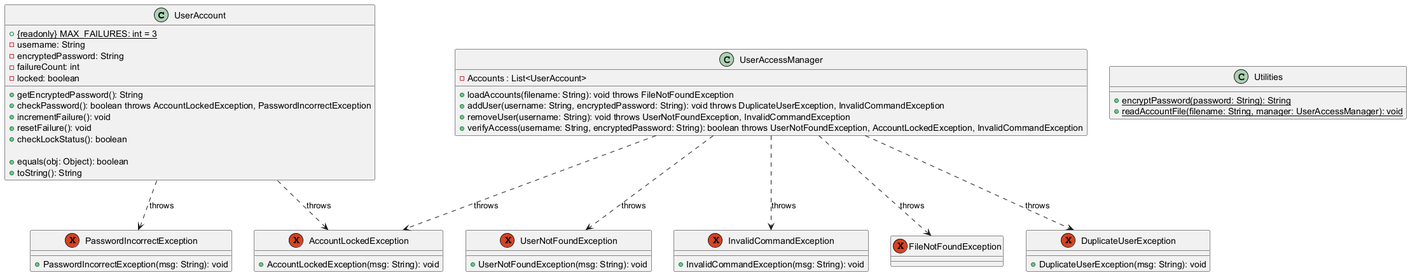
Above: Project1/Project1UML.png in SaulWorking/CMSC204 (PlantUML), before the change. Its diagram source:
```plantuml
@startuml

class UserAccount{
+ {readonly} {static} MAX_FAILURES: int = 3
- username: String
- encryptedPassword: String
- failureCount: int
- locked: boolean

+ getEncryptedPassword(): String
+ checkPassword(): boolean throws AccountLockedException, PasswordIncorrectException
+ incrementFailure(): void
+ resetFailure(): void
+ checkLockStatus(): boolean

+ equals(obj: Object): boolean
+ toString(): String
}


class UserAccessManager{
- Accounts : List<UserAccount>
+ loadAccounts(filename: String): void throws FileNotFoundException
+ addUser(username: String, encryptedPassword: String): void throws DuplicateUserException, InvalidCommandException
+ removeUser(username: String): void throws UserNotFoundException, InvalidCommandException
+ verifyAccess(username: String, encryptedPassword: String): boolean throws UserNotFoundException, AccountLockedException, InvalidCommandException
}

class Utilities{
+ {static} encryptPassword(password: String): String
+ {static} readAccountFile(filename: String, manager: UserAccessManager): void
}

Exception DuplicateUserException{
+ DuplicateUserException(msg: String): void
}
Exception UserNotFoundException{
+ UserNotFoundException(msg: String): void
}

Exception InvalidCommandException{
+ InvalidCommandException(msg: String): void
}

Exception AccountLockedException{
+ AccountLockedException(msg: String): void
}

Exception PasswordIncorrectException{
+ PasswordIncorrectException(msg: String): void
}

Exception FileNotFoundException{
}

UserAccessManager ..> FileNotFoundException: throws
UserAccessManager ..> UserNotFoundException: throws
UserAccessManager ..> InvalidCommandException : throws
UserAccessManager ..> DuplicateUserException: throws
UserAccessManager ..> AccountLockedException : throws

UserAccount ..> PasswordIncorrectException : throws
UserAccount ..> AccountLockedException : throws

@enduml
```
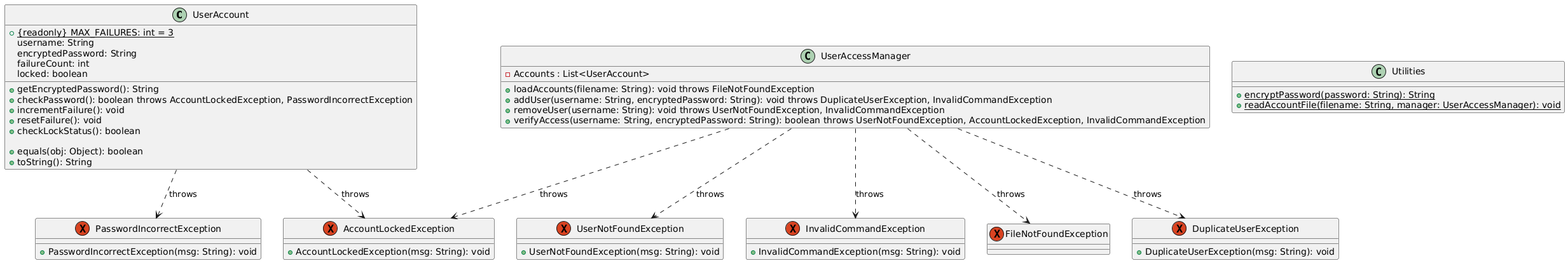
The same diagram one commit later.

Commit message:
updated class access modifiers

Diff of the diagram source:
```diff
@@ -1,11 +1,10 @@
 @startuml
-
 class UserAccount{
 + {readonly} {static} MAX_FAILURES: int = 3
-- username: String
-- encryptedPassword: String
-- failureCount: int
-- locked: boolean
+ username: String
+ encryptedPassword: String
+ failureCount: int
+ locked: boolean
 
 + getEncryptedPassword(): String
 + checkPassword(): boolean throws AccountLockedException, PasswordIncorrectException
@@ -61,5 +60,4 @@
 
 UserAccount ..> PasswordIncorrectException : throws
 UserAccount ..> AccountLockedException : throws
-
 @enduml
```
